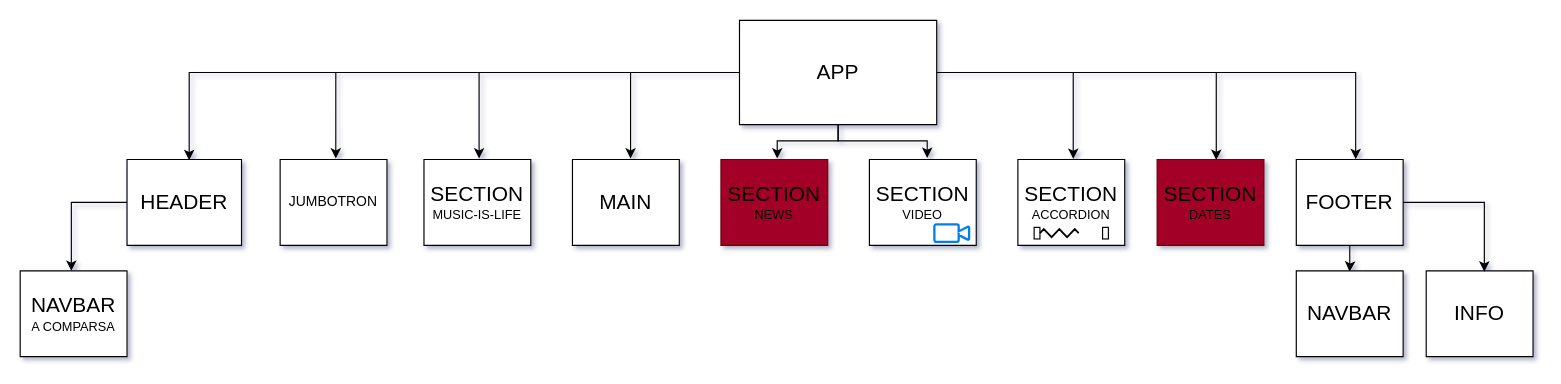
Above: src/Boolflix-diagramma.drawio in Pasquale-Raso/proj-html-vuejs (draw.io), before the change. Source tidied: cells renumbered, new cells numbered last; positions are measured from the earlier drawing's top-left corner, leaving out a move shared by most shapes. Both pictures are drawn from the tidied source at 116%, with x=0, y=0 at pixel (20, 20).
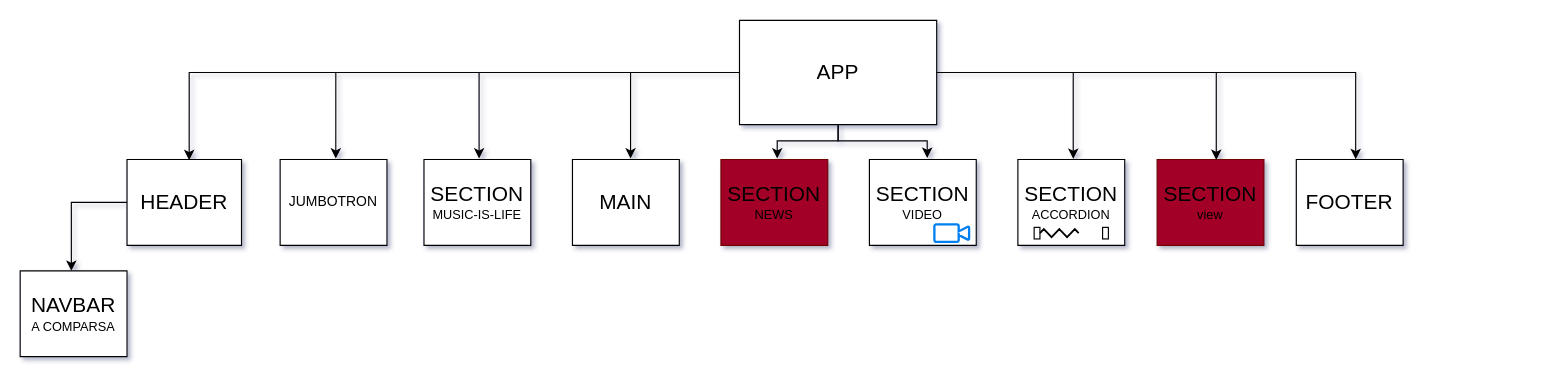
The same diagram, later.

Commit message (it also covers changes not shown here):
Section dates + Section view + Footer

The change refers to these unchanged cells:
```xml
<mxCell id="26" style="shape=partialRectangle;fillColor=none;top=0;left=0;bottom=0;right=0;points=[[0,0.5],[1,0.5]];portConstraint=eastwest;rounded=1;" parent="25" vertex="1">
  <mxGeometry width="92.1" height="74" as="geometry" />
</mxCell>
<mxCell id="29" style="shape=table;startSize=0;childLayout=tableLayout;rounded=1;" parent="1" vertex="1">
  <mxGeometry x="1100" y="120" width="92.1" height="74" as="geometry" />
</mxCell>
<mxCell id="30" style="shape=partialRectangle;fillColor=none;top=0;left=0;bottom=0;right=0;points=[[0,0.5],[1,0.5]];portConstraint=eastwest;rounded=1;" parent="29" vertex="1">
  <mxGeometry width="92.1" height="74" as="geometry" />
</mxCell>
```

Diff of the diagram source:
```diff
@@
-    <mxCell id="27" value="&lt;font&gt;&lt;span style=&quot;font-size: 18px&quot;&gt;SECTION&lt;/span&gt;&lt;br&gt;&lt;font style=&quot;font-size: 11px&quot;&gt;DATES&lt;/font&gt;&lt;br&gt;&lt;/font&gt;" style="shape=partialRectangle;html=1;whiteSpace=wrap;overflow=hidden;fillColor=none;top=0;left=0;bottom=0;right=0;rounded=1;" parent="26" vertex="1">
+    <mxCell id="27" value="&lt;font&gt;&lt;span style=&quot;font-size: 18px&quot;&gt;SECTION&lt;/span&gt;&lt;br&gt;&lt;font style=&quot;font-size: 11px&quot;&gt;view&lt;/font&gt;&lt;br&gt;&lt;/font&gt;" style="shape=partialRectangle;html=1;whiteSpace=wrap;overflow=hidden;fillColor=none;top=0;left=0;bottom=0;right=0;rounded=1;" parent="26" vertex="1">
       <mxGeometry width="92" height="74" as="geometry" />
     </mxCell>
-    <mxCell id="28" style="edgeStyle=orthogonalEdgeStyle;rounded=0;jettySize=auto;html=1;entryX=0.499;entryY=0.01;entryDx=0;entryDy=0;entryPerimeter=0;strokeColor=#000000;" parent="1" edge="1" source="29" target="33">
-      <mxGeometry relative="1" as="geometry" />
-    </mxCell>
@@
-    <mxCell id="32" style="shape=table;startSize=0;childLayout=tableLayout;rounded=1;" parent="1" vertex="1">
-      <mxGeometry x="1100" y="216" width="92.1" height="74" as="geometry" />
-    </mxCell>
-    <mxCell id="33" style="shape=partialRectangle;fillColor=none;top=0;left=0;bottom=0;right=0;points=[[0,0.5],[1,0.5]];portConstraint=eastwest;rounded=1;" parent="32" vertex="1">
-      <mxGeometry width="92.1" height="74" as="geometry" />
-    </mxCell>
-    <mxCell id="34" value="&lt;font&gt;&lt;span style=&quot;font-size: 18px&quot;&gt;NAVBAR&lt;/span&gt;&lt;br&gt;&lt;/font&gt;" style="shape=partialRectangle;html=1;whiteSpace=wrap;overflow=hidden;fillColor=none;top=0;left=0;bottom=0;right=0;rounded=1;" parent="33" vertex="1">
-      <mxGeometry width="92" height="74" as="geometry" />
-    </mxCell>
@@
-    <mxCell id="40" style="shape=table;startSize=0;childLayout=tableLayout;rounded=1;" parent="1" vertex="1">
-      <mxGeometry x="1212" y="216" width="92.1" height="74" as="geometry" />
-    </mxCell>
-    <mxCell id="41" style="shape=partialRectangle;fillColor=none;top=0;left=0;bottom=0;right=0;points=[[0,0.5],[1,0.5]];portConstraint=eastwest;rounded=1;" parent="40" vertex="1">
-      <mxGeometry width="92.1" height="74" as="geometry" />
-    </mxCell>
-    <mxCell id="42" value="&lt;font&gt;&lt;span style=&quot;font-size: 18px&quot;&gt;INFO&lt;/span&gt;&lt;br&gt;&lt;/font&gt;" style="shape=partialRectangle;html=1;whiteSpace=wrap;overflow=hidden;fillColor=none;top=0;left=0;bottom=0;right=0;rounded=1;" parent="41" vertex="1">
-      <mxGeometry width="92" height="74" as="geometry" />
-    </mxCell>
@@
-    <mxCell id="50" style="edgeStyle=orthogonalEdgeStyle;rounded=0;jettySize=auto;html=1;entryX=0.544;entryY=0.01;entryDx=0;entryDy=0;entryPerimeter=0;strokeColor=#000000;" parent="1" edge="1" source="30" target="41">
-      <mxGeometry relative="1" as="geometry" />
-    </mxCell>
```
